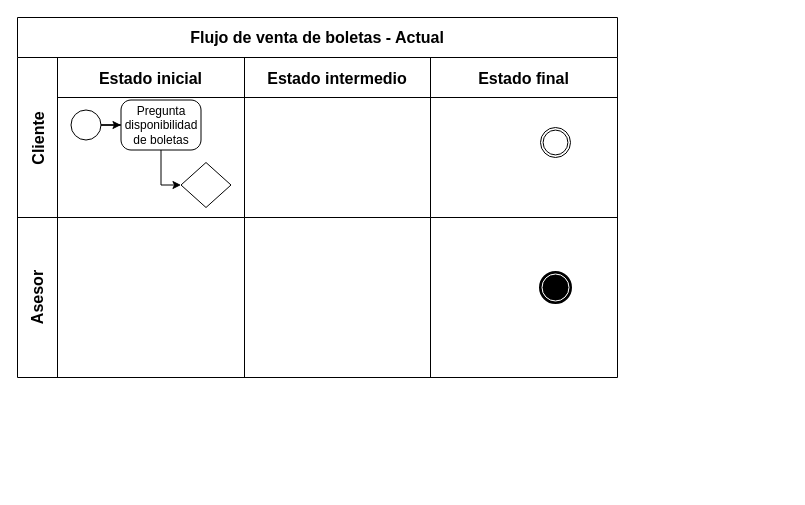
Before: page "Venta - Actual" (1 of 2) of 1. Planear/Billett.drawio in sebek0823/billett, a draw.io diagram. Source tidied: cells renumbered, new cells numbered last; positions are measured from the earlier drawing's top-left corner, leaving out a move shared by most shapes. Both pictures are drawn from the tidied source at 100%, with x=0, y=0 at pixel (17, 17).
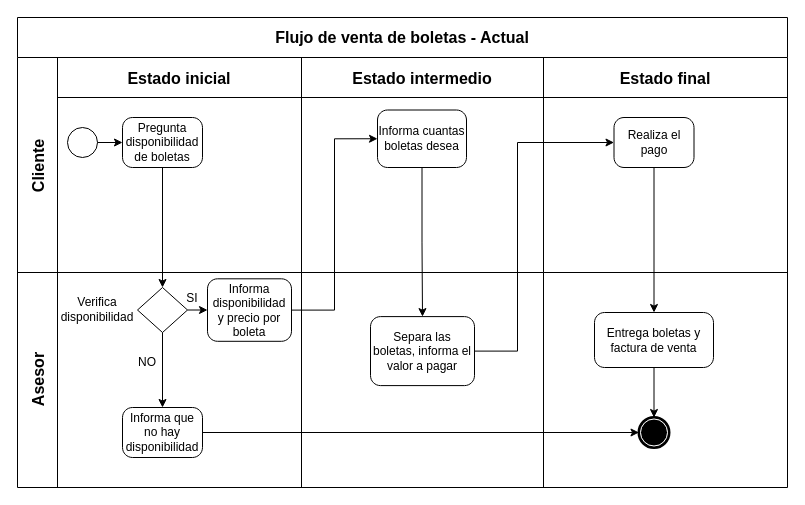
After the change.

What changed in the source:
```diff
@@
     <mxCell id="2" value="Flujo de venta de boletas - Actual" style="shape=table;childLayout=tableLayout;startSize=40;fontSize=16;fontStyle=1;whiteSpace=wrap;" parent="1" vertex="1">
-      <mxGeometry width="600" height="360" as="geometry" />
+      <mxGeometry width="770" height="470" as="geometry" />
     </mxCell>
     <mxCell id="3" value="Cliente" style="shape=tableRow;horizontal=0;swimlaneHead=0;swimlaneBody=0;top=0;left=0;strokeColor=inherit;bottom=0;right=0;fontStyle=1;fillColor=none;startSize=40;fontSize=16;" parent="2" vertex="1">
-      <mxGeometry y="40" width="600" height="160" as="geometry" />
+      <mxGeometry y="40" width="770" height="215" as="geometry" />
     </mxCell>
     <mxCell id="4" value="Estado inicial" style="swimlane;swimlaneHead=0;swimlaneBody=0;fontStyle=1;strokeColor=inherit;fillColor=none;startSize=40;fontSize=16;" parent="3" vertex="1">
-      <mxGeometry x="40" width="187" height="160" as="geometry" />
+      <mxGeometry x="40" width="244" height="215" as="geometry" />
     </mxCell>
     <mxCell id="5" style="points=[[0.145,0.145,0],[0.5,0,0],[0.855,0.145,0],[1,0.5,0],[0.855,0.855,0],[0.5,1,0],[0.145,0.855,0],[0,0.5,0]];shape=mxgraph.bpmn.event;html=1;verticalLabelPosition=bottom;labelBackgroundColor=#ffffff;verticalAlign=top;align=center;perimeter=ellipsePerimeter;outlineConnect=0;outline=standard;symbol=general;" parent="4" vertex="1">
-      <mxGeometry x="13.5" y="52.5" width="30" height="30" as="geometry" />
+      <mxGeometry x="10" y="70" width="30" height="30" as="geometry" />
     </mxCell>
     <mxCell id="6" value="Pregunta disponibilidad de boletas" style="points=[[0.25,0,0],[0.5,0,0],[0.75,0,0],[1,0.25,0],[1,0.5,0],[1,0.75,0],[0.75,1,0],[0.5,1,0],[0.25,1,0],[0,0.75,0],[0,0.5,0],[0,0.25,0]];shape=mxgraph.bpmn.task;whiteSpace=wrap;rectStyle=rounded;size=10;html=1;taskMarker=abstract;" parent="4" vertex="1">
-      <mxGeometry x="63.5" y="42.5" width="80" height="50" as="geometry" />
+      <mxGeometry x="65" y="60" width="80" height="50" as="geometry" />
     </mxCell>
@@
-    <mxCell id="8" style="points=[[0.25,0.25,0],[0.5,0,0],[0.75,0.25,0],[1,0.5,0],[0.75,0.75,0],[0.5,1,0],[0.25,0.75,0],[0,0.5,0]];shape=mxgraph.bpmn.gateway2;html=1;verticalLabelPosition=bottom;labelBackgroundColor=#ffffff;verticalAlign=top;align=center;perimeter=rhombusPerimeter;outlineConnect=0;outline=none;symbol=none;" parent="4" vertex="1">
-      <mxGeometry x="123.5" y="105" width="50" height="45" as="geometry" />
-    </mxCell>
-    <mxCell id="9" style="edgeStyle=orthogonalEdgeStyle;rounded=0;jettySize=auto;html=1;entryX=0;entryY=0.5;entryDx=0;entryDy=0;entryPerimeter=0;" parent="4" edge="1" source="6" target="8">
-      <mxGeometry relative="1" as="geometry" />
-    </mxCell>
     <mxCell id="10" value="Estado intermedio" style="swimlane;swimlaneHead=0;swimlaneBody=0;fontStyle=1;strokeColor=inherit;fillColor=none;startSize=40;fontSize=16;" parent="3" vertex="1">
-      <mxGeometry x="227" width="186" height="160" as="geometry" />
+      <mxGeometry x="284" width="242" height="215" as="geometry" />
     </mxCell>
+    <mxCell id="18" value="Informa cuantas boletas desea" style="points=[[0.25,0,0],[0.5,0,0],[0.75,0,0],[1,0.25,0],[1,0.5,0],[1,0.75,0],[0.75,1,0],[0.5,1,0],[0.25,1,0],[0,0.75,0],[0,0.5,0],[0,0.25,0]];shape=mxgraph.bpmn.task;whiteSpace=wrap;rectStyle=rounded;size=10;html=1;taskMarker=abstract;" parent="10" vertex="1">
+      <mxGeometry x="76" y="52.5" width="89" height="57.5" as="geometry" />
+    </mxCell>
     <mxCell id="11" value="Estado final" style="swimlane;swimlaneHead=0;swimlaneBody=0;fontStyle=1;strokeColor=inherit;fillColor=none;startSize=40;fontSize=16;" parent="3" vertex="1">
-      <mxGeometry x="413" width="187" height="160" as="geometry" />
+      <mxGeometry x="526" width="244" height="215" as="geometry" />
     </mxCell>
-    <mxCell id="12" style="shape=mxgraph.bpmn.event;html=1;verticalLabelPosition=bottom;labelBackgroundColor=#ffffff;verticalAlign=top;align=center;perimeter=ellipsePerimeter;outline=throwing;symbol=general;" parent="11" vertex="1">
-      <mxGeometry x="110" y="70" width="30" height="30" as="geometry" />
-    </mxCell>
+    <mxCell id="19" value="Realiza el pago" style="points=[[0.25,0,0],[0.5,0,0],[0.75,0,0],[1,0.25,0],[1,0.5,0],[1,0.75,0],[0.75,1,0],[0.5,1,0],[0.25,1,0],[0,0.75,0],[0,0.5,0],[0,0.25,0]];shape=mxgraph.bpmn.task;whiteSpace=wrap;rectStyle=rounded;size=10;html=1;taskMarker=abstract;" parent="11" vertex="1">
+      <mxGeometry x="70.5" y="60" width="80" height="50" as="geometry" />
+    </mxCell>
     <mxCell id="13" value="Asesor" style="shape=tableRow;horizontal=0;swimlaneHead=0;swimlaneBody=0;top=0;left=0;strokeColor=inherit;bottom=0;right=0;fontStyle=1;fillColor=none;startSize=40;fontSize=16;verticalAlign=middle;whiteSpace=wrap;" parent="2" vertex="1">
-      <mxGeometry y="200" width="600" height="160" as="geometry" />
+      <mxGeometry y="255" width="770" height="215" as="geometry" />
     </mxCell>
     <mxCell id="14" style="swimlane;swimlaneHead=0;swimlaneBody=0;fontStyle=1;strokeColor=inherit;fillColor=none;startSize=0;fontSize=16;" parent="13" vertex="1">
-      <mxGeometry x="40" width="187" height="160" as="geometry" />
+      <mxGeometry x="40" width="244" height="215" as="geometry" />
     </mxCell>
+    <mxCell id="8" style="points=[[0.25,0.25,0],[0.5,0,0],[0.75,0.25,0],[1,0.5,0],[0.75,0.75,0],[0.5,1,0],[0.25,0.75,0],[0,0.5,0]];shape=mxgraph.bpmn.gateway2;html=1;verticalLabelPosition=bottom;labelBackgroundColor=#ffffff;verticalAlign=top;align=center;perimeter=rhombusPerimeter;outlineConnect=0;outline=none;symbol=none;" parent="14" vertex="1">
+      <mxGeometry x="80" y="15" width="50" height="45" as="geometry" />
+    </mxCell>
+    <mxCell id="20" value="Verifica disponibilidad" style="text;html=1;align=center;verticalAlign=middle;whiteSpace=wrap;rounded=0;" parent="14" vertex="1">
+      <mxGeometry x="20" y="30.9" width="40" height="13.1" as="geometry" />
+    </mxCell>
+    <mxCell id="21" value="Informa disponibilidad y precio por boleta" style="points=[[0.25,0,0],[0.5,0,0],[0.75,0,0],[1,0.25,0],[1,0.5,0],[1,0.75,0],[0.75,1,0],[0.5,1,0],[0.25,1,0],[0,0.75,0],[0,0.5,0],[0,0.25,0]];shape=mxgraph.bpmn.task;whiteSpace=wrap;rectStyle=rounded;size=10;html=1;taskMarker=abstract;" parent="14" vertex="1">
+      <mxGeometry x="150" y="6.3" width="84" height="62.5" as="geometry" />
+    </mxCell>
+    <mxCell id="22" value="Informa que no hay disponibilidad" style="points=[[0.25,0,0],[0.5,0,0],[0.75,0,0],[1,0.25,0],[1,0.5,0],[1,0.75,0],[0.75,1,0],[0.5,1,0],[0.25,1,0],[0,0.75,0],[0,0.5,0],[0,0.25,0]];shape=mxgraph.bpmn.task;whiteSpace=wrap;rectStyle=rounded;size=10;html=1;taskMarker=abstract;" parent="14" vertex="1">
+      <mxGeometry x="65" y="135" width="80" height="50" as="geometry" />
+    </mxCell>
+    <mxCell id="23" style="edgeStyle=orthogonalEdgeStyle;rounded=0;jettySize=auto;html=1;entryX=0;entryY=0.5;entryDx=0;entryDy=0;entryPerimeter=0;" parent="14" edge="1" source="8" target="21">
+      <mxGeometry relative="1" as="geometry" />
+    </mxCell>
+    <mxCell id="24" style="edgeStyle=orthogonalEdgeStyle;rounded=0;jettySize=auto;html=1;entryX=0.5;entryY=0;entryDx=0;entryDy=0;entryPerimeter=0;" parent="14" edge="1" source="8" target="22">
+      <mxGeometry relative="1" as="geometry" />
+    </mxCell>
+    <mxCell id="25" value="SI" style="text;html=1;align=center;verticalAlign=middle;whiteSpace=wrap;rounded=0;" parent="14" vertex="1">
+      <mxGeometry x="130" y="20.9" width="10" height="10" as="geometry" />
+    </mxCell>
+    <mxCell id="26" value="NO" style="text;html=1;align=center;verticalAlign=middle;whiteSpace=wrap;rounded=0;" parent="14" vertex="1">
+      <mxGeometry x="80" y="85" width="20" height="10" as="geometry" />
+    </mxCell>
     <mxCell id="15" style="swimlane;swimlaneHead=0;swimlaneBody=0;fontStyle=1;strokeColor=inherit;fillColor=none;startSize=0;fontSize=16;" parent="13" vertex="1">
-      <mxGeometry x="227" width="186" height="160" as="geometry" />
+      <mxGeometry x="284" width="242" height="215" as="geometry" />
     </mxCell>
+    <mxCell id="27" value="Separa las boletas, informa el valor a pagar" style="points=[[0.25,0,0],[0.5,0,0],[0.75,0,0],[1,0.25,0],[1,0.5,0],[1,0.75,0],[0.75,1,0],[0.5,1,0],[0.25,1,0],[0,0.75,0],[0,0.5,0],[0,0.25,0]];shape=mxgraph.bpmn.task;whiteSpace=wrap;rectStyle=rounded;size=10;html=1;taskMarker=abstract;" parent="15" vertex="1">
+      <mxGeometry x="69" y="44.1" width="104" height="69" as="geometry" />
+    </mxCell>
     <mxCell id="16" style="swimlane;swimlaneHead=0;swimlaneBody=0;fontStyle=1;strokeColor=inherit;fillColor=none;startSize=0;fontSize=16;" parent="13" vertex="1">
-      <mxGeometry x="413" width="187" height="160" as="geometry" />
+      <mxGeometry x="526" width="244" height="215" as="geometry" />
     </mxCell>
     <mxCell id="17" style="points=[[0.145,0.145,0],[0.5,0,0],[0.855,0.145,0],[1,0.5,0],[0.855,0.855,0],[0.5,1,0],[0.145,0.855,0],[0,0.5,0]];shape=mxgraph.bpmn.event;html=1;verticalLabelPosition=bottom;labelBackgroundColor=#ffffff;verticalAlign=top;align=center;perimeter=ellipsePerimeter;outlineConnect=0;outline=end;symbol=terminate;" parent="16" vertex="1">
-      <mxGeometry x="110" y="55" width="30" height="30" as="geometry" />
+      <mxGeometry x="95.5" y="145" width="30" height="30" as="geometry" />
     </mxCell>
+    <mxCell id="28" value="Entrega boletas y factura de venta" style="points=[[0.25,0,0],[0.5,0,0],[0.75,0,0],[1,0.25,0],[1,0.5,0],[1,0.75,0],[0.75,1,0],[0.5,1,0],[0.25,1,0],[0,0.75,0],[0,0.5,0],[0,0.25,0]];shape=mxgraph.bpmn.task;whiteSpace=wrap;rectStyle=rounded;size=10;html=1;taskMarker=abstract;" parent="16" vertex="1">
+      <mxGeometry x="51" y="40" width="119" height="55" as="geometry" />
+    </mxCell>
+    <mxCell id="29" style="edgeStyle=orthogonalEdgeStyle;rounded=0;jettySize=auto;html=1;entryX=0.5;entryY=0;entryDx=0;entryDy=0;entryPerimeter=0;" parent="16" edge="1" source="28" target="17">
+      <mxGeometry relative="1" as="geometry" />
+    </mxCell>
+    <mxCell id="30" style="edgeStyle=orthogonalEdgeStyle;rounded=0;jettySize=auto;html=1;entryX=0;entryY=0.5;entryDx=0;entryDy=0;entryPerimeter=0;" parent="13" edge="1" source="22" target="17">
+      <mxGeometry relative="1" as="geometry" />
+    </mxCell>
+    <mxCell id="31" style="edgeStyle=orthogonalEdgeStyle;rounded=0;jettySize=auto;html=1;entryX=0;entryY=0.5;entryDx=0;entryDy=0;entryPerimeter=0;" parent="2" edge="1" source="21" target="18">
+      <mxGeometry relative="1" as="geometry" />
+    </mxCell>
+    <mxCell id="9" style="edgeStyle=orthogonalEdgeStyle;rounded=0;jettySize=auto;html=1;" parent="2" edge="1" source="6" target="8">
+      <mxGeometry relative="1" as="geometry" />
+    </mxCell>
+    <mxCell id="32" style="edgeStyle=orthogonalEdgeStyle;rounded=0;jettySize=auto;html=1;entryX=0.5;entryY=0;entryDx=0;entryDy=0;entryPerimeter=0;" parent="2" edge="1" source="18" target="27">
+      <mxGeometry relative="1" as="geometry" />
+    </mxCell>
+    <mxCell id="33" style="edgeStyle=orthogonalEdgeStyle;rounded=0;jettySize=auto;html=1;entryX=0;entryY=0.5;entryDx=0;entryDy=0;entryPerimeter=0;" parent="2" edge="1" source="27" target="19">
+      <mxGeometry relative="1" as="geometry">
+        <Array as="points">
+          <mxPoint x="500" y="334" />
+          <mxPoint x="500" y="125" />
+        </Array>
+      </mxGeometry>
+    </mxCell>
+    <mxCell id="34" style="edgeStyle=orthogonalEdgeStyle;rounded=0;jettySize=auto;html=1;" parent="2" edge="1" source="19" target="28">
+      <mxGeometry relative="1" as="geometry" />
+    </mxCell>
```
